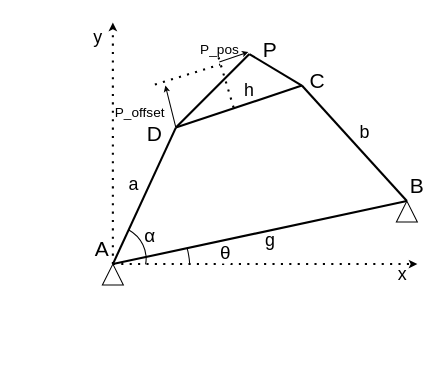
Earlier version of the draw.io diagram report/figures/four-bar_linkage+coupler_analysis.drawio (einsflash/Project_Pusher_Mechanism). Source tidied: cells renumbered, new cells numbered last; positions are measured from the earlier drawing's top-left corner, leaving out a move shared by most shapes. Both pictures are drawn from the tidied source at 105%, with x=0, y=0 at pixel (37, 22).
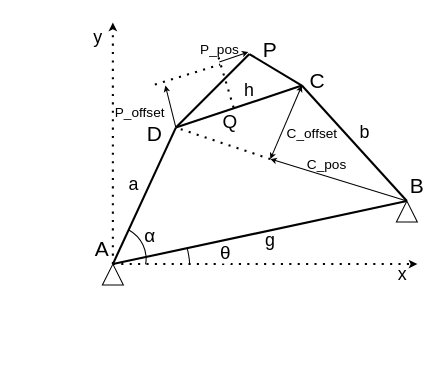
The same page after the edit.

Unchanged cells that the change refers to:
```xml
<mxCell id="10" value="B" style="text;html=1;align=center;verticalAlign=middle;whiteSpace=wrap;rounded=0;fontSize=20;" parent="1" vertex="1">
  <mxGeometry x="352" y="140" width="20" height="30" as="geometry" />
</mxCell>
```

Diff of the diagram source:
```diff
@@
+    <mxCell id="33" value="Q" style="text;html=1;align=center;verticalAlign=middle;whiteSpace=wrap;rounded=0;fontSize=18;" parent="1" vertex="1">
+      <mxGeometry x="174" y="80" width="20" height="30" as="geometry" />
+    </mxCell>
+    <mxCell id="34" style="endArrow=none;dashed=1;html=1;dashPattern=1 3;strokeWidth=2;rounded=0;" parent="1" edge="1">
+      <mxGeometry relative="1" as="geometry">
+        <mxPoint x="222" y="130" as="sourcePoint" />
+        <mxPoint x="132" y="100" as="targetPoint" />
+      </mxGeometry>
+    </mxCell>
+    <mxCell id="35" style="endArrow=classic;startArrow=classic;html=1;rounded=0;endSize=3;startSize=3;" parent="1" edge="1">
+      <mxGeometry relative="1" as="geometry">
+        <mxPoint x="222" y="130" as="sourcePoint" />
+        <mxPoint x="252" y="60" as="targetPoint" />
+      </mxGeometry>
+    </mxCell>
+    <mxCell id="36" value="C&lt;span style=&quot;background-color: initial;&quot;&gt;_offset&lt;/span&gt;" style="text;html=1;align=center;verticalAlign=middle;whiteSpace=wrap;rounded=0;fontSize=13;" parent="1" vertex="1">
+      <mxGeometry x="232" y="90" width="60" height="30" as="geometry" />
+    </mxCell>
+    <mxCell id="37" style="endArrow=classic;html=1;rounded=0;exitX=0;exitY=1;exitDx=0;exitDy=0;endSize=3;" parent="1" edge="1" source="10">
+      <mxGeometry relative="1" as="geometry">
+        <mxPoint x="222" y="130" as="targetPoint" />
+      </mxGeometry>
+    </mxCell>
+    <mxCell id="38" value="C_pos" style="text;html=1;align=center;verticalAlign=middle;whiteSpace=wrap;rounded=0;fontSize=13;" parent="1" vertex="1">
+      <mxGeometry x="246" y="120" width="60" height="30" as="geometry" />
+    </mxCell>
```
